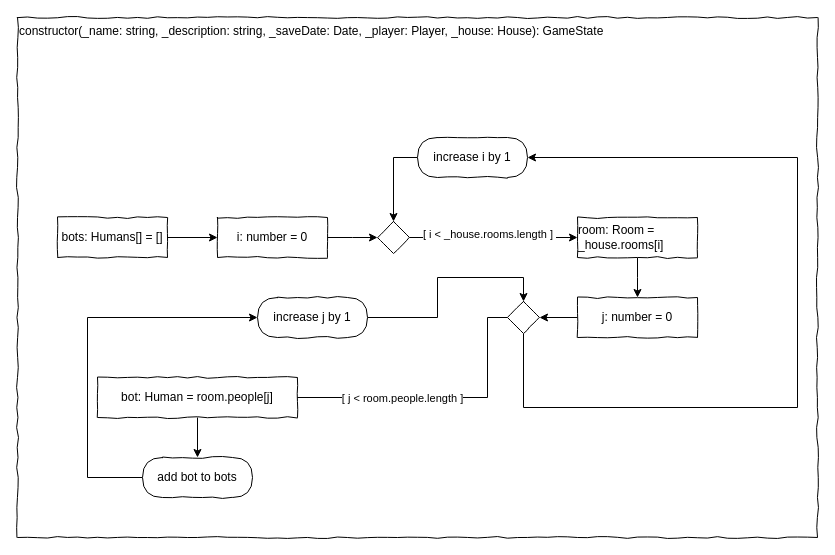
The draw.io diagram page "GameState" (6 of 6) of concept/classes.drawio in AljoshaVieth/SoftwareDesignTextAdventure, before the edit. Source tidied: cells renumbered, new cells numbered last; positions are measured from the earlier drawing's top-left corner, leaving out a move shared by most shapes. Both pictures are drawn from the tidied source at 100%, with x=0, y=0 at pixel (17, 17).
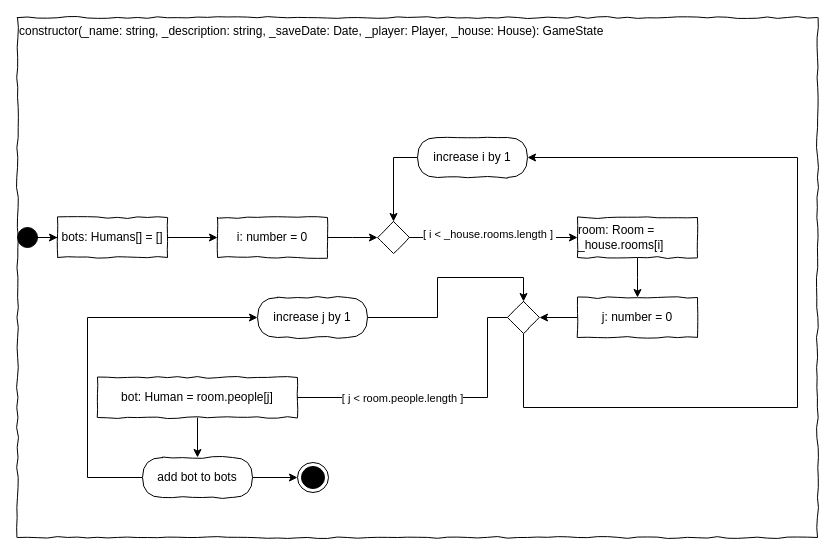
The same diagram, later.

Unchanged cells that the change refers to:
```xml
<mxCell id="4" value="&lt;div style=&quot;text-align: left&quot;&gt;bots: Humans[] = []&lt;/div&gt;" style="rounded=0;whiteSpace=wrap;html=1;comic=1;align=center;" parent="1" vertex="1">
  <mxGeometry x="40" y="200" width="110" height="40" as="geometry" />
</mxCell>
<mxCell id="23" value="add bot to bots" style="rounded=1;whiteSpace=wrap;html=1;absoluteArcSize=1;arcSize=50;strokeWidth=1;shadow=0;comic=1;align=center;" parent="1" vertex="1">
  <mxGeometry x="125" y="440" width="110" height="40" as="geometry" />
</mxCell>
```

The edit, as a diff of the source:
```diff
@@
+    <mxCell id="26" style="edgeStyle=orthogonalEdgeStyle;rounded=0;jettySize=auto;html=1;" parent="1" edge="1" source="23" target="29">
+      <mxGeometry relative="1" as="geometry" />
+    </mxCell>
@@
+    <mxCell id="27" style="edgeStyle=orthogonalEdgeStyle;rounded=0;jettySize=auto;html=1;" parent="1" edge="1" source="28" target="4">
+      <mxGeometry relative="1" as="geometry" />
+    </mxCell>
+    <mxCell id="28" style="ellipse;whiteSpace=wrap;html=1;rounded=0;shadow=0;comic=0;labelBackgroundColor=none;strokeColor=#000000;strokeWidth=1;fillColor=#000000;fontFamily=Verdana;fontSize=12;fontColor=#000000;align=center;comic=1;" parent="1" vertex="1">
+      <mxGeometry y="210" width="20" height="20" as="geometry" />
+    </mxCell>
+    <mxCell id="29" style="ellipse;html=1;shape=endState;fillColor=#000000;strokeColor=#000000;comic=1;align=center;" parent="1" vertex="1">
+      <mxGeometry x="280" y="445" width="31" height="30" as="geometry" />
+    </mxCell>
```
